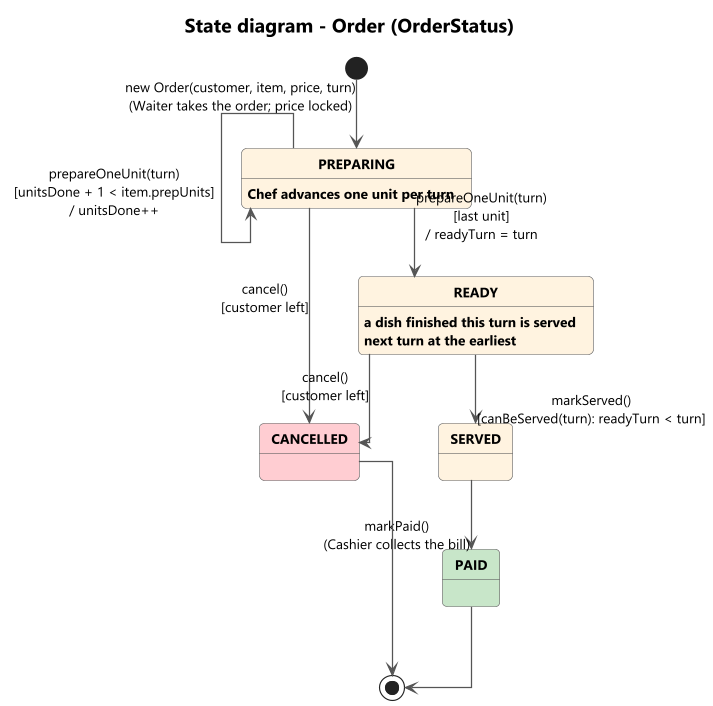
The PlantUML diagram docs/diagrams/state-order.png in SleepyBryan01/SC2002_OOP_Restaurant_Rush, before a commit.
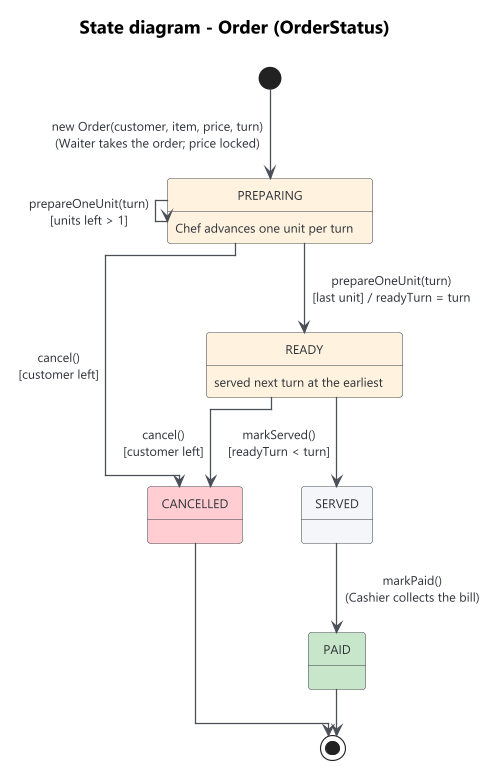
After the commit.

Change to the diagram source:
```diff
@@ -1,28 +1,23 @@
 @startuml state-order
 !include style.iuml
-skinparam nodesep 70
-skinparam ranksep 60
-skinparam state {
-  BackgroundColor #FFF3E0
-  BorderColor #5A5A5A
-  FontStyle bold
-}
 title State diagram - Order (OrderStatus)
 
+state PREPARING WAITC
+state READY WAITC
+state SERVED
+state PAID GOODC
+state CANCELLED BADC
+
+PREPARING : Chef advances one unit per turn
+READY : served next turn at the earliest
+
 [*] --> PREPARING : new Order(customer, item, price, turn)\n(Waiter takes the order; price locked)
-
-PREPARING --> PREPARING : prepareOneUnit(turn)\n[unitsDone + 1 < item.prepUnits]\n/ unitsDone++
-PREPARING --> READY : prepareOneUnit(turn)\n[last unit]\n/ readyTurn = turn
-READY --> SERVED : markServed()\n[canBeServed(turn): readyTurn < turn]
+PREPARING --> PREPARING : prepareOneUnit(turn)\n[units left > 1]
+PREPARING --> READY : prepareOneUnit(turn)\n[last unit] / readyTurn = turn
+READY --> SERVED : markServed()\n[readyTurn < turn]
 SERVED --> PAID : markPaid()\n(Cashier collects the bill)
 PREPARING --> CANCELLED : cancel()\n[customer left]
 READY --> CANCELLED : cancel()\n[customer left]
-
-state PAID #C8E6C9
-state CANCELLED #FFCDD2
 PAID --> [*]
 CANCELLED --> [*]
-
-PREPARING : Chef advances one unit per turn
-READY : a dish finished this turn is served\nnext turn at the earliest
 @enduml
```
